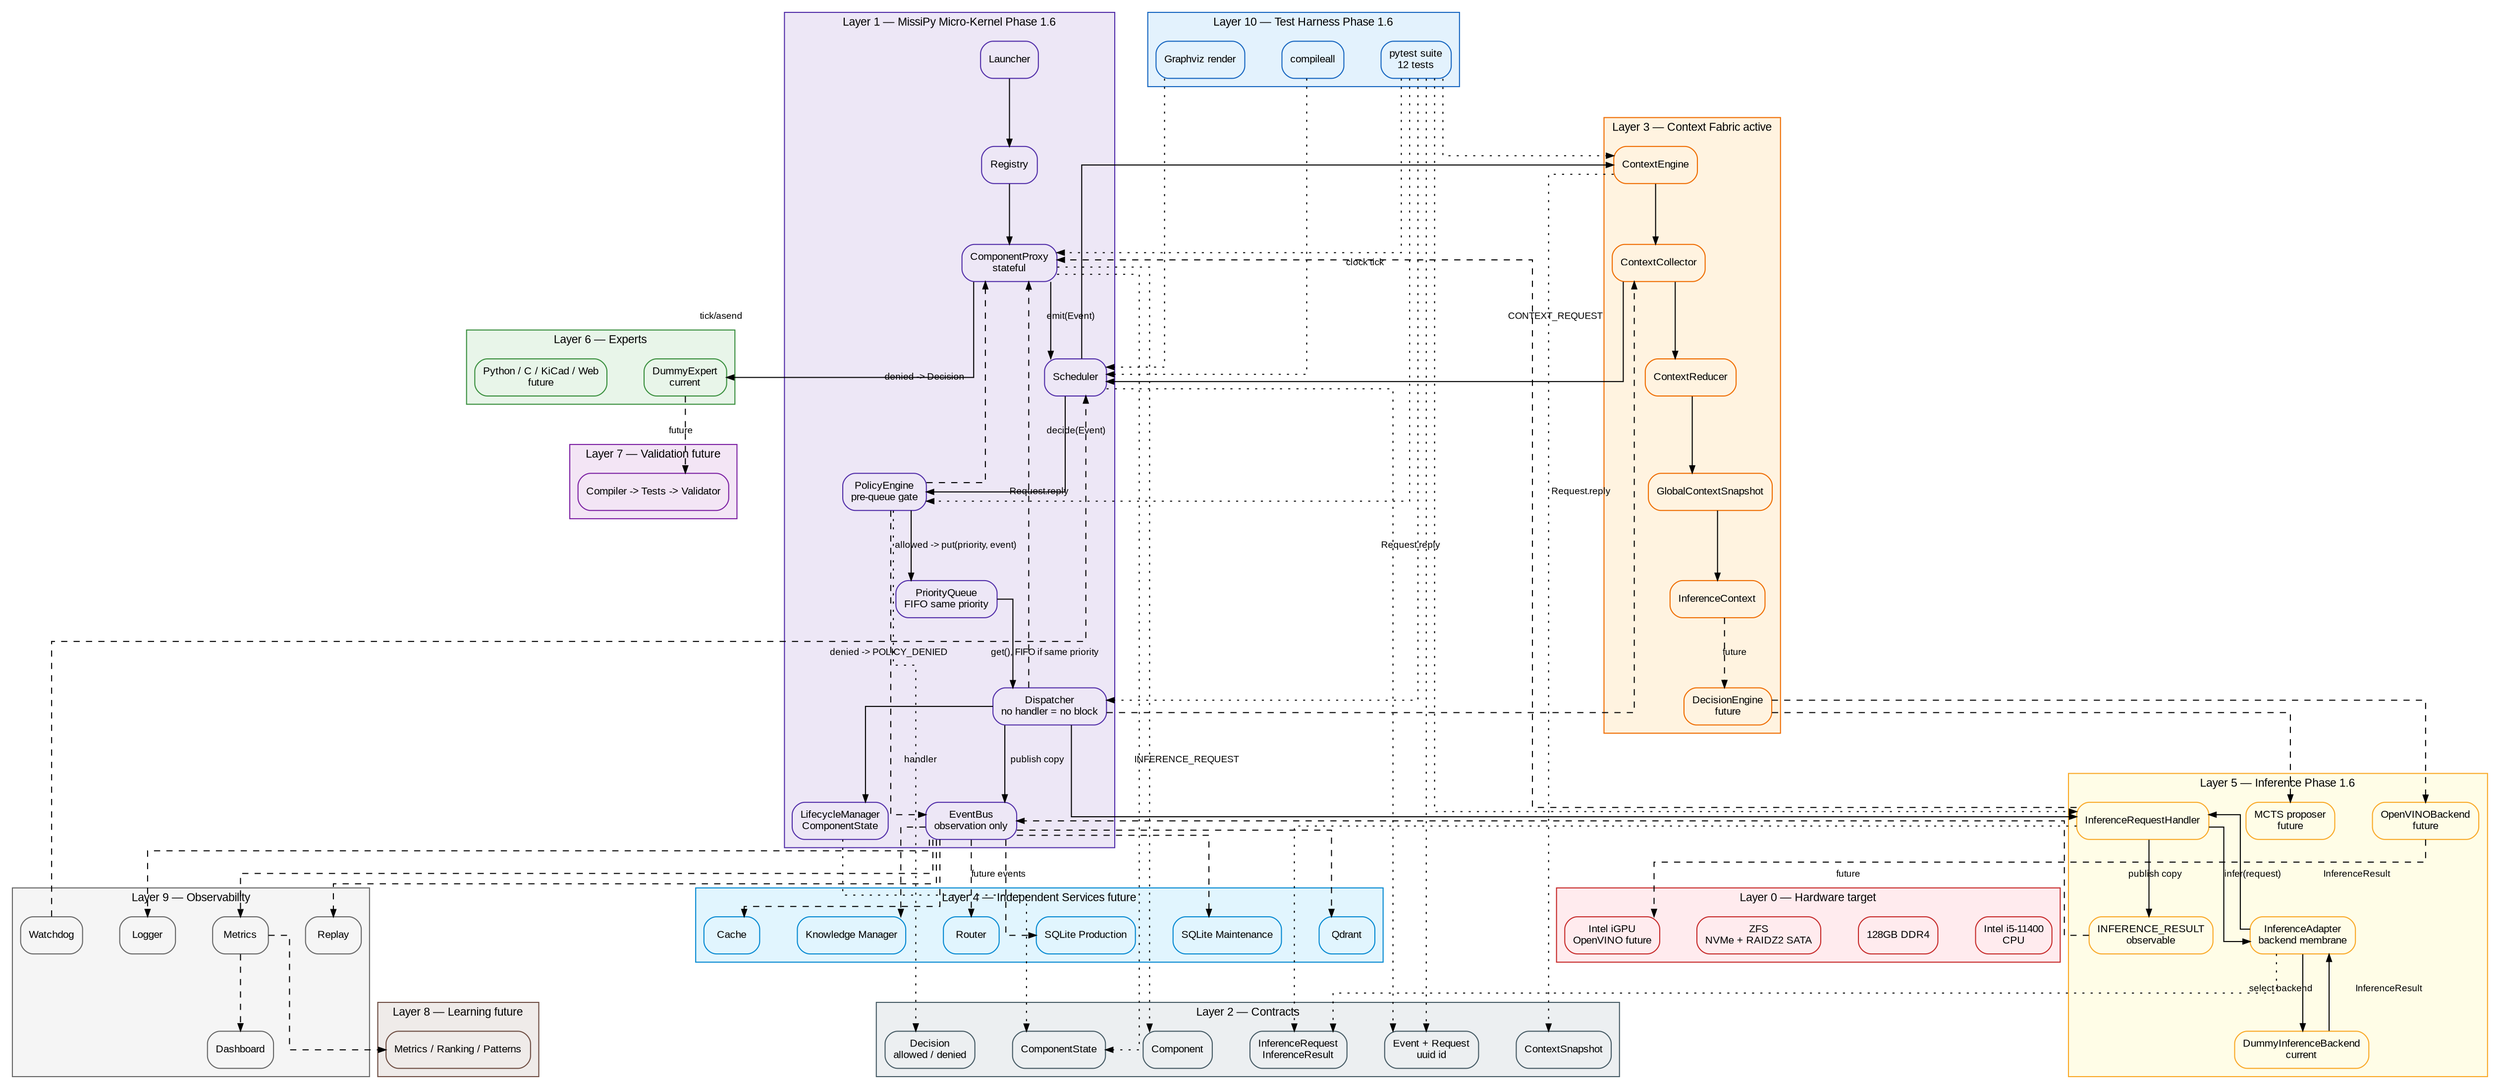
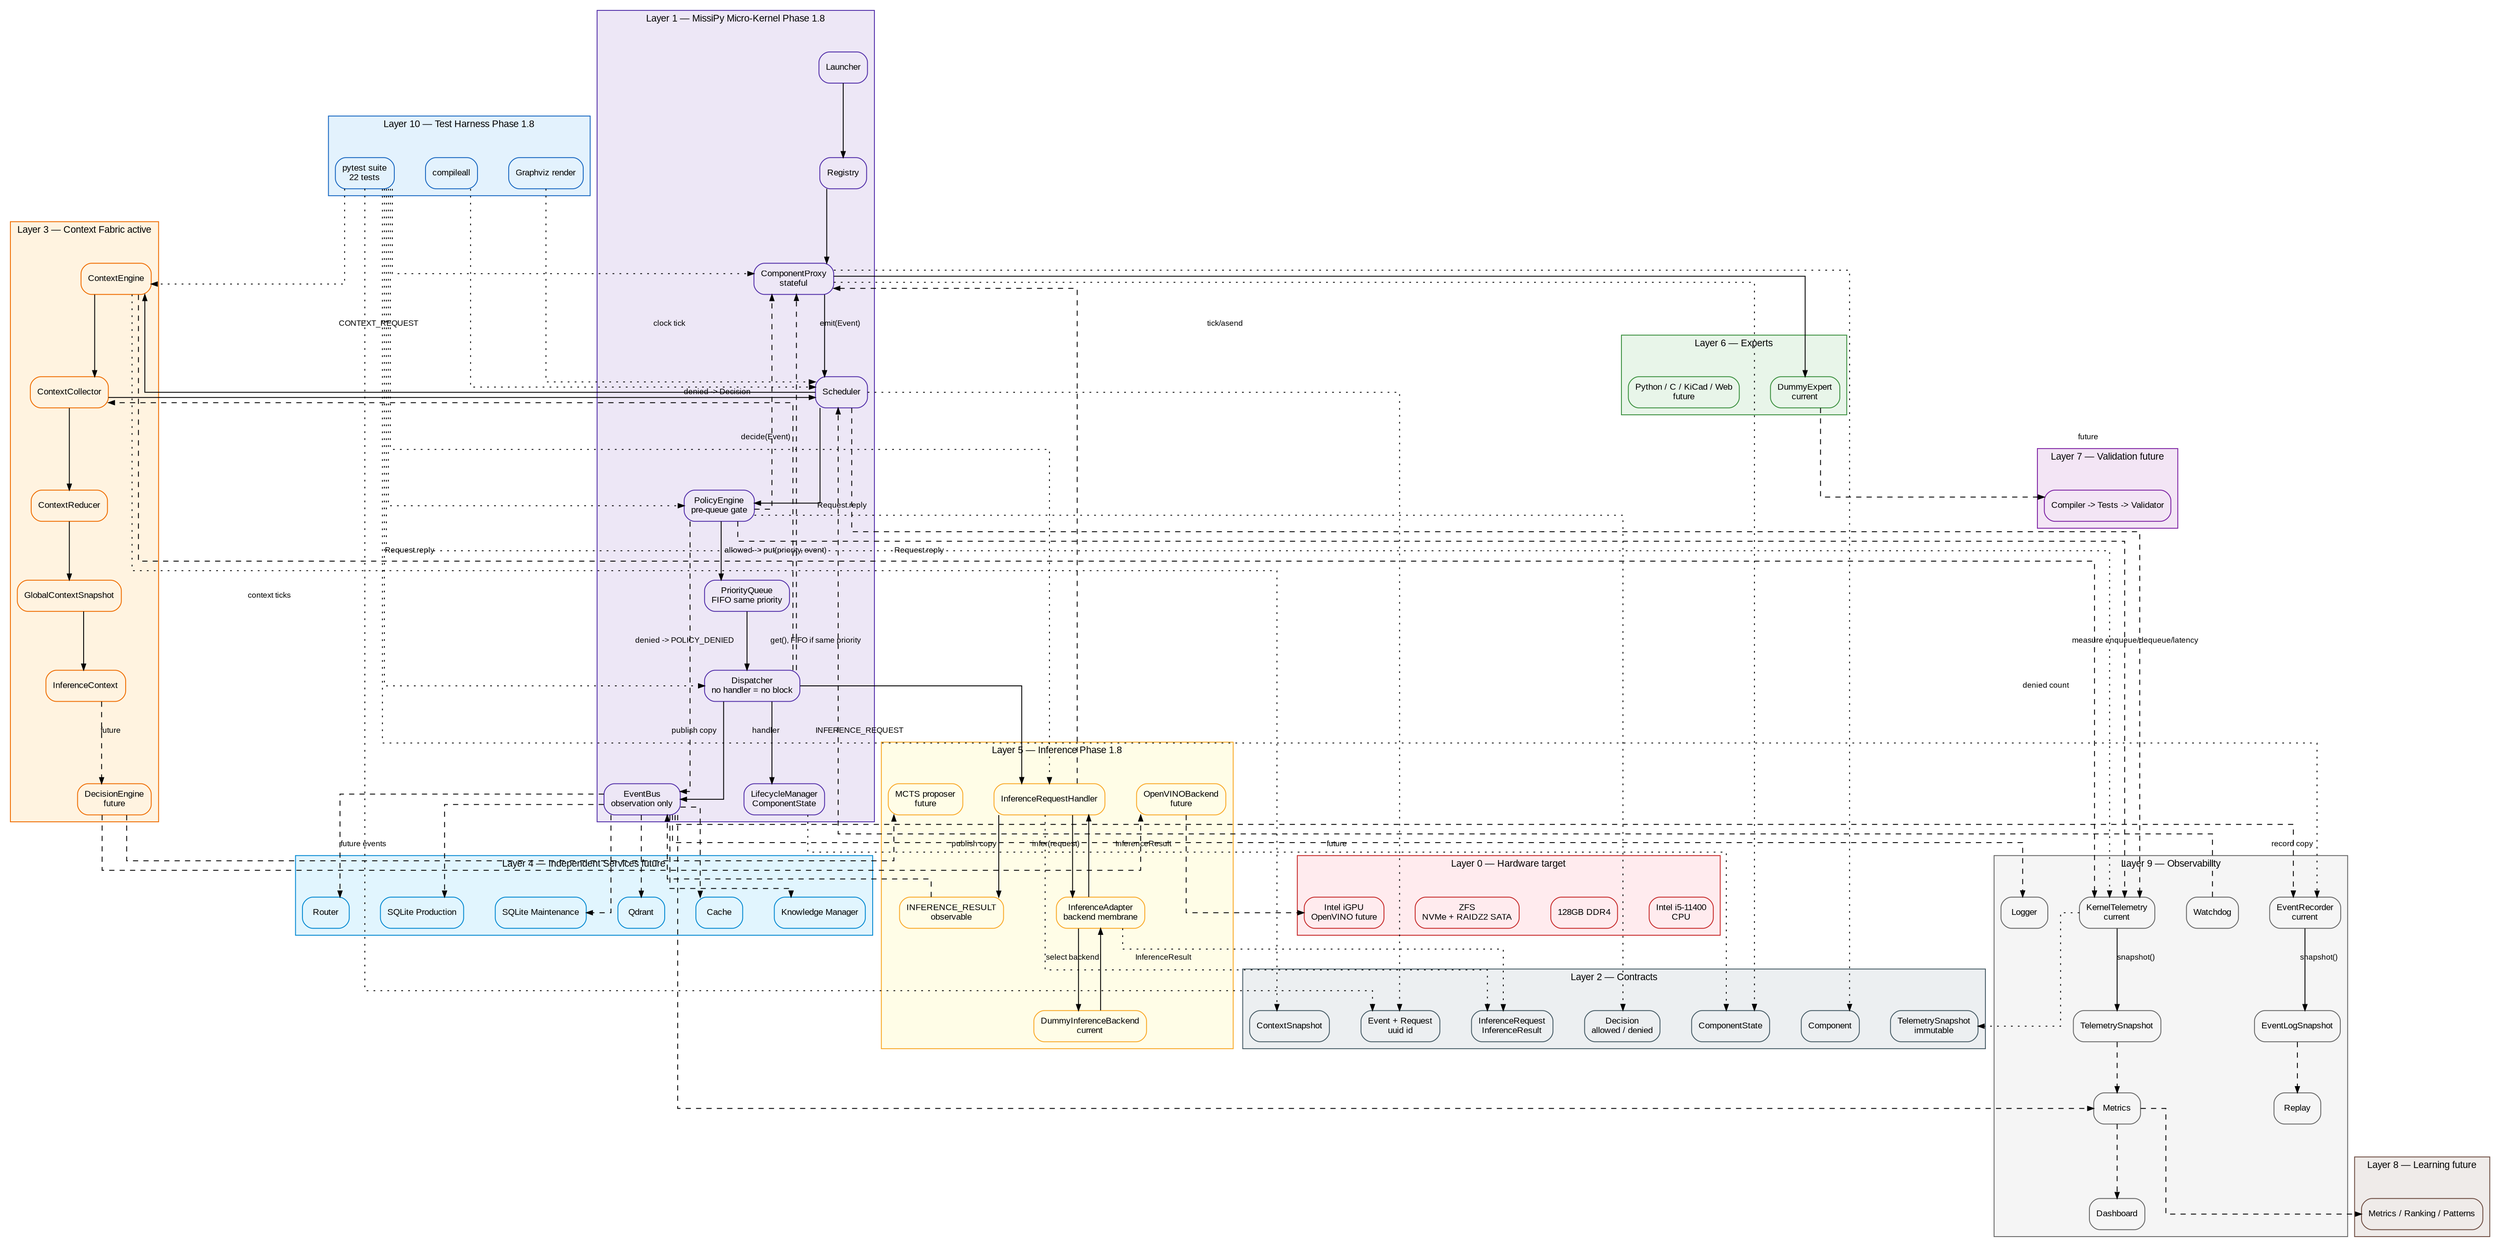
digraph Global {
    rankdir=TB;
    compound=true;
    splines=ortho;
    nodesep=0.5;
    ranksep=0.8;

    graph [fontname="Arial", fontsize=11];
    node [shape=box, style="rounded,filled", fontname="Arial", fontsize=10];
    edge [fontname="Arial", fontsize=9, arrowsize=0.7];

-     // ROADMAP_NOTE[phase1_6]:
-     // Le Layer 1 ajoute PolicyEngine comme barrière kernel avant l’entrée
-     // en PriorityQueue. Le Scheduler délègue l’autorisation mais ne contient
-     // pas la logique de règle. Un refus publie POLICY_DENIED sur EventBus et
-     // résout Request.reply avec une Decision immuable.
+     // ROADMAP_NOTE[phase1_8]:
+     // Le Layer 9 ajoute EventRecorder comme journal passif d'événements.
+     // KernelTelemetry mesure les invariants runtime, EventRecorder capture
+     // des EventRecord immuables depuis l'EventBus. Aucun des deux ne commande
+     // l'exécution ; ils préparent dashboard, watchdog et replay futur.

    subgraph cluster_L0 {
        label="Layer 0 — Hardware target";
        color="#c62828";
        bgcolor="#ffebee";
        node [fillcolor="#ffebee", color="#c62828"];
        CPU [label="Intel i5-11400\nCPU"];
        RAM [label="128GB DDR4"];
        Storage [label="ZFS\nNVMe + RAIDZ2 SATA"];
        GPU [label="Intel iGPU\nOpenVINO future"];
    }

    subgraph cluster_L1 {
-         label="Layer 1 — MissiPy Micro-Kernel Phase 1.6";
+         label="Layer 1 — MissiPy Micro-Kernel Phase 1.8";
        color="#512da8";
        bgcolor="#ede7f6";
        node [fillcolor="#ede7f6", color="#512da8"];
        Launcher [URL="scheduler/10_scheduler.svg", tooltip="Zoom Scheduler"];
        Registry [URL="scheduler/10_scheduler.svg", tooltip="Registry"];
        Proxy [label="ComponentProxy\nstateful", URL="scheduler/10_scheduler.svg", tooltip="Runtime proxy"];
        Scheduler [URL="scheduler/10_scheduler.svg", tooltip="Zoom Scheduler"];
        Policy [label="PolicyEngine\npre-queue gate", URL="scheduler/10_scheduler.svg"];
        Queue [label="PriorityQueue\nFIFO same priority", URL="scheduler/10_scheduler.svg"];
        Dispatcher [label="Dispatcher\nno handler = no block", URL="scheduler/10_scheduler.svg"];
        EventBus [label="EventBus\nobservation only", URL="scheduler/10_scheduler.svg"];
        Lifecycle [label="LifecycleManager\nComponentState", URL="scheduler/10_scheduler.svg"];
    }

    subgraph cluster_L2 {
        label="Layer 2 — Contracts";
        color="#455a64";
        bgcolor="#eceff1";
        node [fillcolor="#eceff1", color="#455a64"];
        EventContract [label="Event + Request\nuuid id"];
        LifecycleContract [label="ComponentState"];
        ComponentContract [label="Component"];
        ContextContract [label="ContextSnapshot"];
        InferenceContract [label="InferenceRequest\nInferenceResult"];
        PolicyContract [label="Decision\nallowed / denied"];
+         TelemetryContract [label="TelemetrySnapshot\nimmutable"];
    }

    subgraph cluster_L3 {
        label="Layer 3 — Context Fabric active";
        color="#ef6c00";
        bgcolor="#fff3e0";
        node [fillcolor="#fff3e0", color="#ef6c00"];
        ContextEngine [label="ContextEngine", URL="context/20_context.svg"];
        Collector [label="ContextCollector", URL="context/20_context.svg"];
        Reducer [label="ContextReducer", URL="context/20_context.svg"];
        Snapshot [label="GlobalContextSnapshot", URL="context/20_context.svg"];
        InferenceCtx [label="InferenceContext", URL="context/20_context.svg"];
        Decision [label="DecisionEngine\nfuture", URL="context/20_context.svg"];
    }

    subgraph cluster_L4 {
        label="Layer 4 — Independent Services future";
        color="#0288d1";
        bgcolor="#e1f5fe";
        node [fillcolor="#e1f5fe", color="#0288d1"];
        Router [URL="services/30_services.svg"];
        SQLiteProd [label="SQLite Production", URL="services/30_services.svg"];
        SQLiteMaint [label="SQLite Maintenance", URL="services/30_services.svg"];
        Qdrant [URL="services/30_services.svg"];
        Cache [URL="services/30_services.svg"];
        Knowledge [label="Knowledge Manager", URL="services/30_services.svg"];
    }

    subgraph cluster_L5 {
-         label="Layer 5 — Inference Phase 1.6";
+         label="Layer 5 — Inference Phase 1.8";
        color="#f9a825";
        bgcolor="#fffde7";
        node [fillcolor="#fffde7", color="#f9a825"];
        InferenceHandler [label="InferenceRequestHandler", URL="inference/40_inference.svg"];
        InferenceAdapter [label="InferenceAdapter\nbackend membrane", URL="inference/40_inference.svg"];
        DummyBackend [label="DummyInferenceBackend\ncurrent", URL="inference/40_inference.svg"];
        InferenceResult [label="INFERENCE_RESULT\nobservable", URL="inference/40_inference.svg"];
        OpenVINO [label="OpenVINOBackend\nfuture", URL="inference/40_inference.svg"];
        MCTS [label="MCTS proposer\nfuture"];
    }

    subgraph cluster_L6 {
        label="Layer 6 — Experts";
        color="#388e3c";
        bgcolor="#e8f5e9";
        node [fillcolor="#e8f5e9", color="#388e3c"];
        Dummy [label="DummyExpert\ncurrent", URL="experts/40_experts.svg"];
        ExpertsFuture [label="Python / C / KiCad / Web\nfuture", URL="experts/40_experts.svg"];
    }

    subgraph cluster_L7 {
        label="Layer 7 — Validation future";
        color="#7b1fa2";
        bgcolor="#f3e5f5";
        node [fillcolor="#f3e5f5", color="#7b1fa2"];
        Validation [label="Compiler -> Tests -> Validator", URL="validation/50_validation.svg"];
    }

    subgraph cluster_L8 {
        label="Layer 8 — Learning future";
        color="#6d4c41";
        bgcolor="#efebe9";
        node [fillcolor="#efebe9", color="#6d4c41"];
        Learning [label="Metrics / Ranking / Patterns", URL="learning/60_learning.svg"];
    }

    subgraph cluster_L9 {
        label="Layer 9 — Observability";
        color="#666666";
        bgcolor="#f5f5f5";
        node [fillcolor="#f5f5f5", color="#666666"];
        Logger [URL="observability/70_observability.svg"];
+         KernelTelemetry [label="KernelTelemetry
+ current", URL="observability/70_observability.svg"];
+         TelemetrySnapshot [label="TelemetrySnapshot", URL="observability/70_observability.svg"];
+         EventRecorder [label="EventRecorder
+ current", URL="observability/70_observability.svg"];
+         EventLogSnapshot [label="EventLogSnapshot", URL="observability/70_observability.svg"];
        Metrics [URL="observability/70_observability.svg"];
        Replay [URL="observability/70_observability.svg"];
        Dashboard [URL="observability/70_observability.svg"];
        Watchdog [URL="observability/70_observability.svg"];
    }

    subgraph cluster_L10 {
-         label="Layer 10 — Test Harness Phase 1.6";
+         label="Layer 10 — Test Harness Phase 1.8";
        color="#1565c0";
        bgcolor="#e3f2fd";
        node [fillcolor="#e3f2fd", color="#1565c0"];
-         Pytest [label="pytest suite\n12 tests", URL="tests/80_tests.svg"];
+         Pytest [label="pytest suite\n22 tests", URL="tests/80_tests.svg"];
        CompileAll [label="compileall"];
        DotRender [label="Graphviz render"];
    }

    Launcher -> Registry;
    Registry -> Proxy;
    Proxy -> Scheduler [label="emit(Event)"];
    Scheduler -> Policy [label="decide(Event)"];
    Policy -> Queue [label="allowed -> put(priority, event)"];
    Policy -> EventBus [label="denied -> POLICY_DENIED", style=dashed];
    Policy -> Proxy [label="denied -> Decision", style=dashed];
    Queue -> Dispatcher [label="get(), FIFO if same priority"];
    Dispatcher -> Lifecycle [label="handler"];
    Dispatcher -> EventBus [label="publish copy"];
    Dispatcher -> Proxy [label="Request.reply", style=dashed];

    Lifecycle -> LifecycleContract [style=dotted];
    Proxy -> LifecycleContract [style=dotted];

    Scheduler -> ContextEngine [label="clock tick"];
    ContextEngine -> Collector;
    Collector -> Scheduler [label="CONTEXT_REQUEST"];
    Dispatcher -> Collector [label="Request.reply", style=dashed];
    Collector -> Reducer;
    Reducer -> Snapshot;
    Snapshot -> InferenceCtx;
    InferenceCtx -> Decision [style=dashed, label="future"];

    Scheduler -> EventContract [style=dotted];
    Policy -> PolicyContract [style=dotted];
+     KernelTelemetry -> TelemetryContract [style=dotted];
    Proxy -> ComponentContract [style=dotted];
    ContextEngine -> ContextContract [style=dotted];
    InferenceHandler -> InferenceContract [style=dotted];
    InferenceAdapter -> InferenceContract [style=dotted];

    Proxy -> Dummy [label="tick/asend"];

    Dispatcher -> InferenceHandler [label="INFERENCE_REQUEST"];
    InferenceHandler -> InferenceAdapter [label="infer(request)"];
    InferenceAdapter -> DummyBackend [label="select backend"];
    DummyBackend -> InferenceAdapter [label="InferenceResult"];
    InferenceAdapter -> InferenceHandler [label="InferenceResult"];
    InferenceHandler -> InferenceResult [label="publish copy"];
    InferenceHandler -> Proxy [label="Request.reply", style=dashed];
    InferenceResult -> EventBus [style=dashed];
    OpenVINO -> GPU [style=dashed, label="future"];

+     Scheduler -> KernelTelemetry [style=dashed, label="measure enqueue/dequeue/latency"];
+     Policy -> KernelTelemetry [style=dashed, label="denied count"];
+     ContextEngine -> KernelTelemetry [style=dashed, label="context ticks"];
+     KernelTelemetry -> TelemetrySnapshot [label="snapshot()"];
+     TelemetrySnapshot -> Metrics [style=dashed];
+ 
    EventBus -> Logger [style=dashed];
    EventBus -> Metrics [style=dashed];
-     EventBus -> Replay [style=dashed];
+     EventBus -> EventRecorder [style=dashed, label="record copy"];
+     EventRecorder -> EventLogSnapshot [label="snapshot()"];
+     EventLogSnapshot -> Replay [style=dashed];
    Metrics -> Dashboard [style=dashed];
    Watchdog -> Scheduler [style=dashed];

    Pytest -> EventContract [style=dotted];
    Pytest -> Dispatcher [style=dotted];
    Pytest -> Proxy [style=dotted];
    Pytest -> ContextEngine [style=dotted];
    Pytest -> InferenceHandler [style=dotted];
    Pytest -> Policy [style=dotted];
+     Pytest -> KernelTelemetry [style=dotted];
+     Pytest -> EventRecorder [style=dotted];
    CompileAll -> Scheduler [style=dotted];
    DotRender -> Scheduler [style=dotted];

    EventBus -> Router [style=dashed, label="future events"];
    EventBus -> SQLiteProd [style=dashed];
    EventBus -> SQLiteMaint [style=dashed];
    EventBus -> Qdrant [style=dashed];
    EventBus -> Cache [style=dashed];
    EventBus -> Knowledge [style=dashed];
    Decision -> OpenVINO [style=dashed];
    Decision -> MCTS [style=dashed];
    Dummy -> Validation [style=dashed, label="future"];
    Metrics -> Learning [style=dashed];
}
